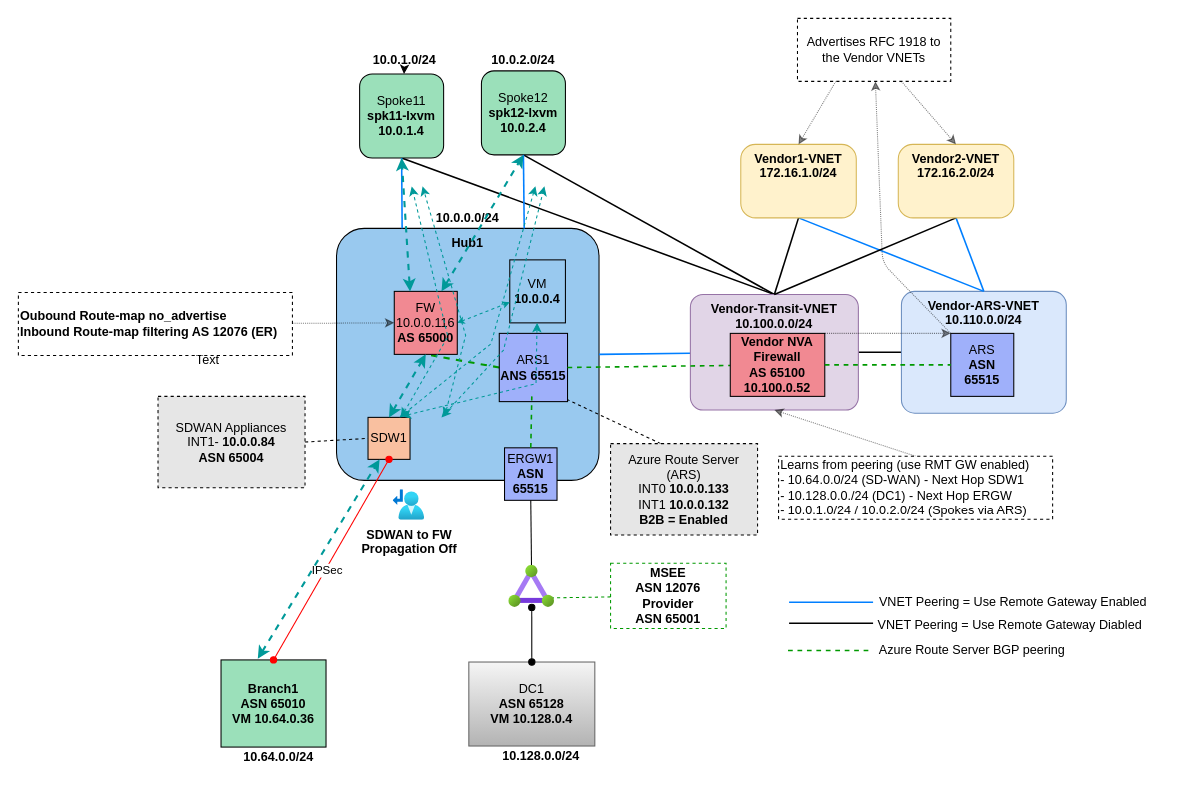
The draw.io diagram vendor-vnet-ars/lab.drawio in dmauser/azure-hub-spoke, before the edit. Source tidied: cells renumbered, new cells numbered last; positions are measured from the earlier drawing's top-left corner, leaving out a move shared by most shapes. Both pictures are drawn from the tidied source at 105%, with x=0, y=0 at pixel (18, 18).
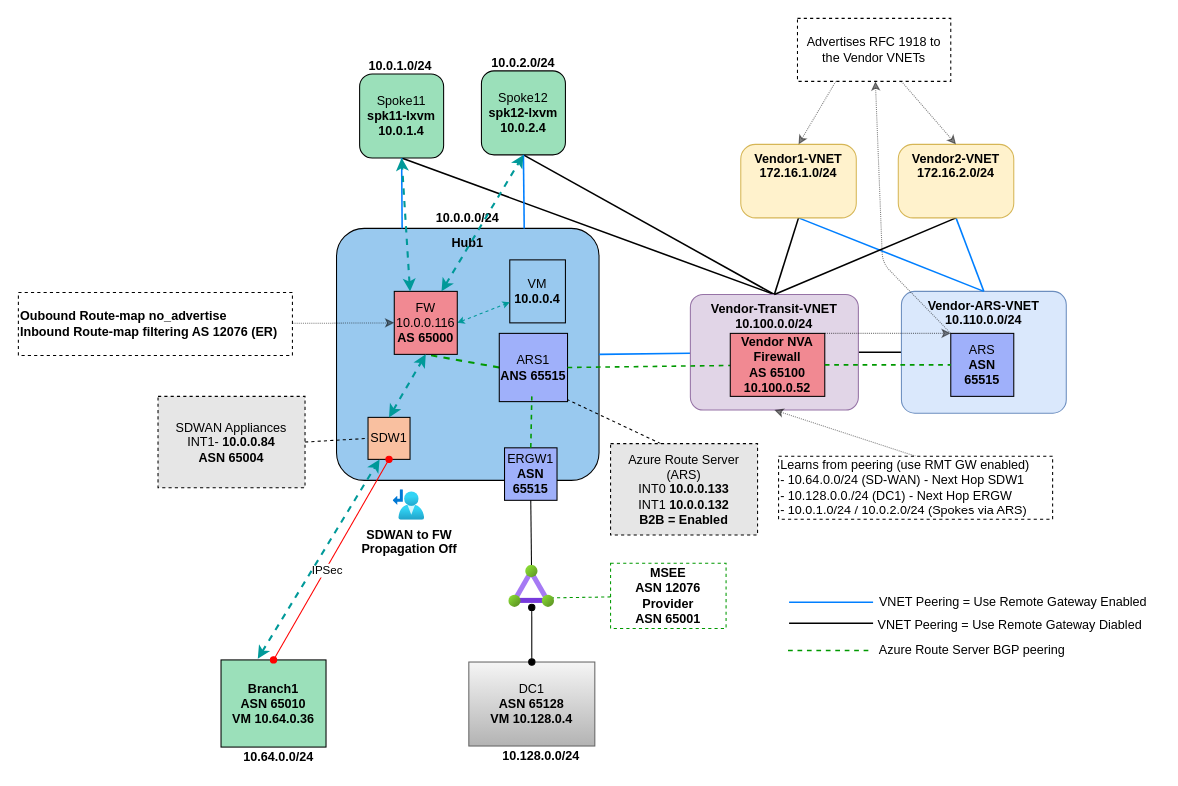
The same diagram, later.

The change refers to these unchanged cells:
```xml
<mxCell id="5" value="Spoke11&lt;br&gt;&lt;b&gt;spk11-lxvm&lt;br&gt;10.0.1.4&lt;/b&gt;" style="rounded=1;whiteSpace=wrap;html=1;fillColor=#9BE0BA;" parent="1" vertex="1">
  <mxGeometry x="325" y="53" width="80" height="80" as="geometry" />
</mxCell>
<mxCell id="31" value="VM&lt;br&gt;&lt;b&gt;10.0.0.4&lt;/b&gt;" style="text;align=center;html=1;verticalAlign=middle;whiteSpace=wrap;rounded=0;fontSize=12;strokeColor=default;" parent="1" vertex="1">
  <mxGeometry x="468" y="230" width="53" height="60" as="geometry" />
</mxCell>
```

The edit, as a diff of the source:
```diff
@@
-    <mxCell id="16" style="edgeStyle=none;html=1;" parent="1" edge="1" source="17" target="5">
-      <mxGeometry relative="1" as="geometry" />
-    </mxCell>
     <mxCell id="17" value="10.0.1.0/24" style="text;html=1;strokeColor=none;fillColor=none;align=center;verticalAlign=middle;whiteSpace=wrap;rounded=0;fontStyle=1;" parent="1" vertex="1">
-      <mxGeometry x="328" y="30" width="80" height="20" as="geometry" />
+      <mxGeometry x="324" y="36" width="80" height="20" as="geometry" />
     </mxCell>
     <mxCell id="18" value="10.0.2.0/24" style="text;html=1;strokeColor=none;fillColor=none;align=center;verticalAlign=middle;whiteSpace=wrap;rounded=0;fontStyle=1;" parent="1" vertex="1">
-      <mxGeometry x="441" y="30" width="80" height="20" as="geometry" />
+      <mxGeometry x="441" y="33" width="80" height="20" as="geometry" />
     </mxCell>
@@
-    <mxCell id="56" parent="0" />
-    <mxCell id="57" style="endArrow=classic;startArrow=classic;html=1;rounded=0;dashed=1;strokeWidth=1;strokeColor=#009999;" parent="56" edge="1">
-      <mxGeometry relative="1" as="geometry">
-        <mxPoint x="364.5" y="380" as="sourcePoint" />
-        <mxPoint x="374.6" y="160" as="targetPoint" />
-        <Array as="points">
-          <mxPoint x="409" y="303" />
-        </Array>
-      </mxGeometry>
-    </mxCell>
-    <mxCell id="58" style="endArrow=classic;startArrow=classic;html=1;rounded=0;dashed=1;strokeWidth=1;strokeColor=#009999;entryX=0.75;entryY=1;entryDx=0;entryDy=0;exitX=0;exitY=0.5;exitDx=0;exitDy=0;" parent="56" edge="1">
-      <mxGeometry relative="1" as="geometry">
-        <mxPoint x="403" y="380" as="sourcePoint" />
-        <mxPoint x="501" y="160" as="targetPoint" />
-        <Array as="points">
-          <mxPoint x="462" y="316" />
-        </Array>
-      </mxGeometry>
-    </mxCell>
-    <mxCell id="59" style="endArrow=classic;startArrow=classic;html=1;rounded=0;dashed=1;strokeWidth=1;strokeColor=#009999;entryX=0.75;entryY=1;entryDx=0;entryDy=0;" parent="56" edge="1">
-      <mxGeometry relative="1" as="geometry">
-        <mxPoint x="406" y="379" as="sourcePoint" />
-        <mxPoint x="385" y="160" as="targetPoint" />
-        <Array as="points">
-          <mxPoint x="426" y="302" />
-        </Array>
-      </mxGeometry>
-    </mxCell>
-    <mxCell id="60" style="endArrow=classic;startArrow=classic;html=1;rounded=0;dashed=1;strokeWidth=1;strokeColor=#009999;entryX=0.642;entryY=0.999;entryDx=0;entryDy=0;exitX=0;exitY=0.25;exitDx=0;exitDy=0;entryPerimeter=0;" parent="56" edge="1">
-      <mxGeometry relative="1" as="geometry">
-        <mxPoint x="363" y="380" as="sourcePoint" />
-        <mxPoint x="492.4" y="159.9" as="targetPoint" />
-        <Array as="points">
-          <mxPoint x="450" y="310" />
-        </Array>
-      </mxGeometry>
-    </mxCell>
-    <mxCell id="61" style="endArrow=classic;startArrow=classic;html=1;rounded=0;dashed=1;strokeWidth=1;strokeColor=#009999;" parent="56" edge="1" target="31">
-      <mxGeometry relative="1" as="geometry">
-        <mxPoint x="365" y="379" as="sourcePoint" />
-        <Array as="points">
-          <mxPoint x="493" y="348" />
-        </Array>
-      </mxGeometry>
-    </mxCell>
-    <mxCell id="62" value="Text" style="text;html=1;align=center;verticalAlign=middle;strokeColor=none;fillColor=none;" parent="56" vertex="1">
-      <mxGeometry x="160" y="313" width="40" height="26" as="geometry" />
-    </mxCell>
```
